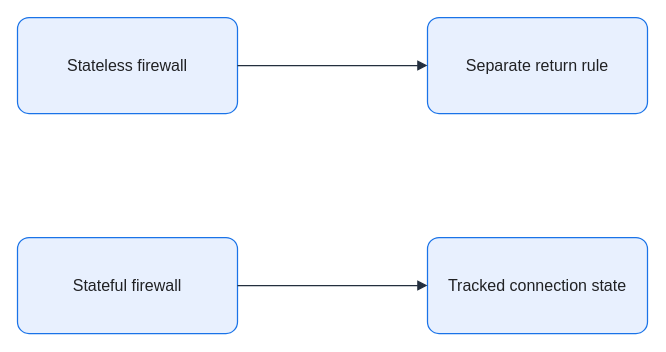
Before: assets/img/network/stateless-stateful-firewall.drawio in KKamJi98/kkamji98.github.io, a draw.io diagram. Source tidied: cells renumbered, new cells numbered last; positions are measured from the earlier drawing's top-left corner, leaving out a move shared by most shapes. Both pictures are drawn from the tidied source at 100%, with x=0, y=0 at pixel (17, 17).
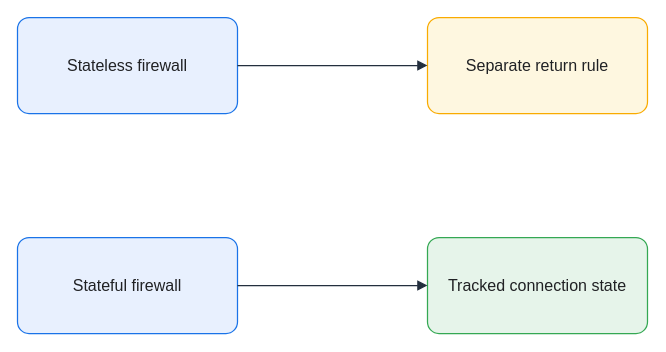
Above is the later version.

Diff of the diagram source:
```diff
@@
 <mxGraphModel background="#FFFFFF">
   <root>
     <mxCell id="0" />
     <mxCell id="1" parent="0" />
     <mxCell id="2" value="Stateless firewall" style="rounded=1;arcSize=12;whiteSpace=wrap;html=0;fillColor=#E8F0FE;strokeColor=#1A73E8;strokeWidth=1.25;fontColor=#202124;fontSize=16;align=center;verticalAlign=middle;spacing=8;shadow=0;" parent="1" vertex="1">
       <mxGeometry width="220" height="96" as="geometry" />
     </mxCell>
-    <mxCell id="3" value="Separate return rule" style="rounded=1;arcSize=12;whiteSpace=wrap;html=0;fillColor=#E8F0FE;strokeColor=#1A73E8;strokeWidth=1.25;fontColor=#202124;fontSize=16;align=center;verticalAlign=middle;spacing=8;shadow=0;" parent="1" vertex="1">
+    <mxCell id="3" value="Separate return rule" style="rounded=1;arcSize=12;whiteSpace=wrap;html=0;fillColor=#FEF7E0;strokeColor=#F9AB00;strokeWidth=1.25;fontColor=#202124;fontSize=16;align=center;verticalAlign=middle;spacing=8;shadow=0;" parent="1" vertex="1">
       <mxGeometry x="410" width="220" height="96" as="geometry" />
     </mxCell>
     <mxCell id="4" value="Stateful firewall" style="rounded=1;arcSize=12;whiteSpace=wrap;html=0;fillColor=#E8F0FE;strokeColor=#1A73E8;strokeWidth=1.25;fontColor=#202124;fontSize=16;align=center;verticalAlign=middle;spacing=8;shadow=0;" parent="1" vertex="1">
       <mxGeometry y="220" width="220" height="96" as="geometry" />
     </mxCell>
-    <mxCell id="5" value="Tracked connection state" style="rounded=1;arcSize=12;whiteSpace=wrap;html=0;fillColor=#E8F0FE;strokeColor=#1A73E8;strokeWidth=1.25;fontColor=#202124;fontSize=16;align=center;verticalAlign=middle;spacing=8;shadow=0;" parent="1" vertex="1">
+    <mxCell id="5" value="Tracked connection state" style="rounded=1;arcSize=12;whiteSpace=wrap;html=0;fillColor=#E6F4EA;strokeColor=#34A853;strokeWidth=1.25;fontColor=#202124;fontSize=16;align=center;verticalAlign=middle;spacing=8;shadow=0;" parent="1" vertex="1">
       <mxGeometry x="410" y="220" width="220" height="96" as="geometry" />
     </mxCell>
     <mxCell id="6" style="edgeStyle=orthogonalEdgeStyle;rounded=0;jettySize=auto;html=0;endArrow=block;endFill=1;strokeColor=#232F3E;strokeWidth=1.25;fontColor=#202124;labelBackgroundColor=none;exitX=1;exitY=0.5;exitDx=0;exitDy=0;entryX=0;entryY=0.5;entryDx=0;entryDy=0;endSize=7;" parent="1" edge="1" source="2" target="3">
       <mxGeometry relative="1" as="geometry" />
     </mxCell>
     <mxCell id="7" style="edgeStyle=orthogonalEdgeStyle;rounded=0;jettySize=auto;html=0;endArrow=block;endFill=1;strokeColor=#232F3E;strokeWidth=1.25;fontColor=#202124;labelBackgroundColor=none;exitX=1;exitY=0.5;exitDx=0;exitDy=0;entryX=0;entryY=0.5;entryDx=0;entryDy=0;endSize=7;" parent="1" edge="1" source="4" target="5">
       <mxGeometry relative="1" as="geometry" />
     </mxCell>
   </root>
 </mxGraphModel>
```
